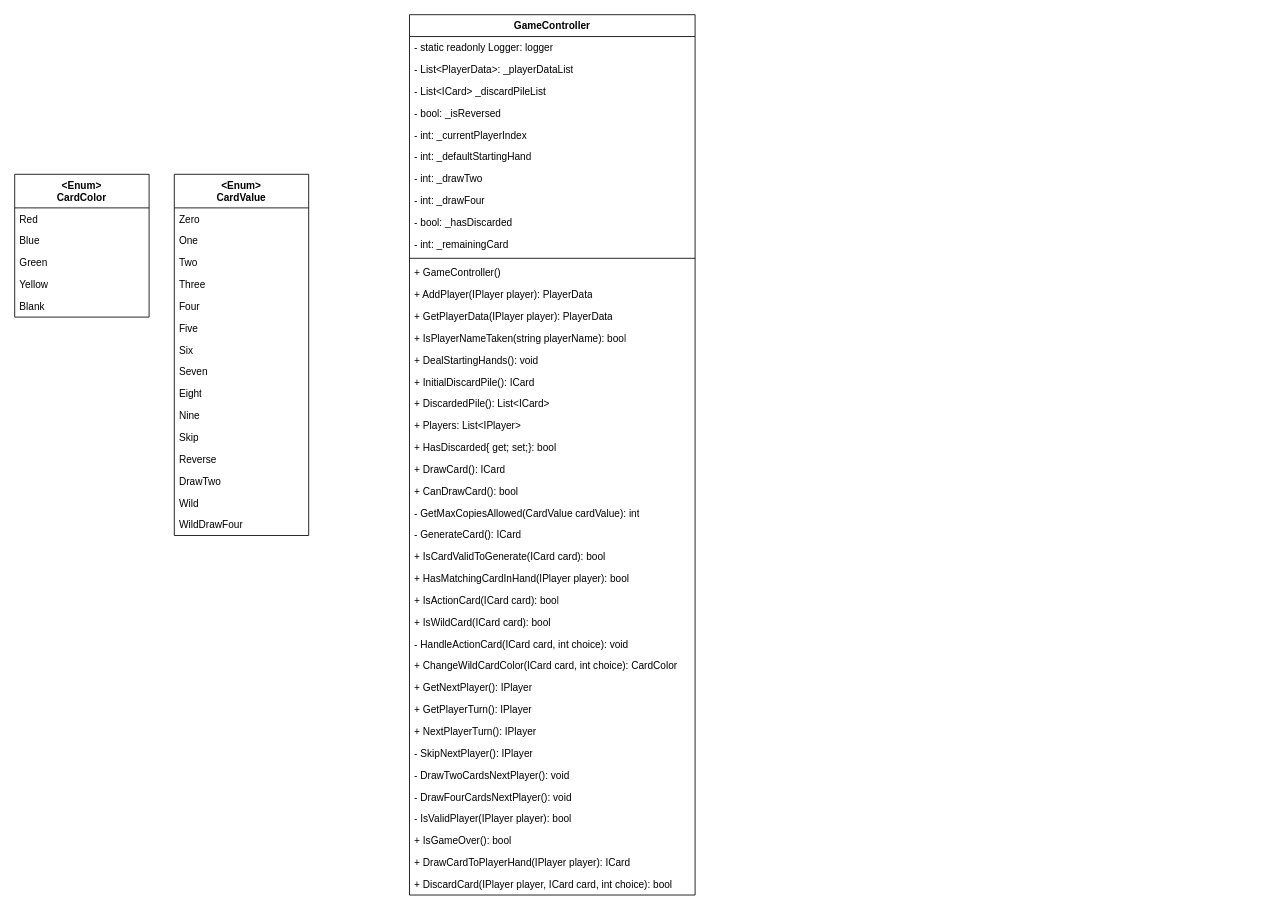
RobbiAdam/MahjongDiagram keeps this draw.io diagram as Untitled Diagram.drawio. Above is the earlier version. Source tidied: cells renumbered, new cells numbered last; positions are measured from the earlier drawing's top-left corner, leaving out a move shared by most shapes. Both pictures are drawn from the tidied source at 84%, with x=0, y=0 at pixel (14, 14).
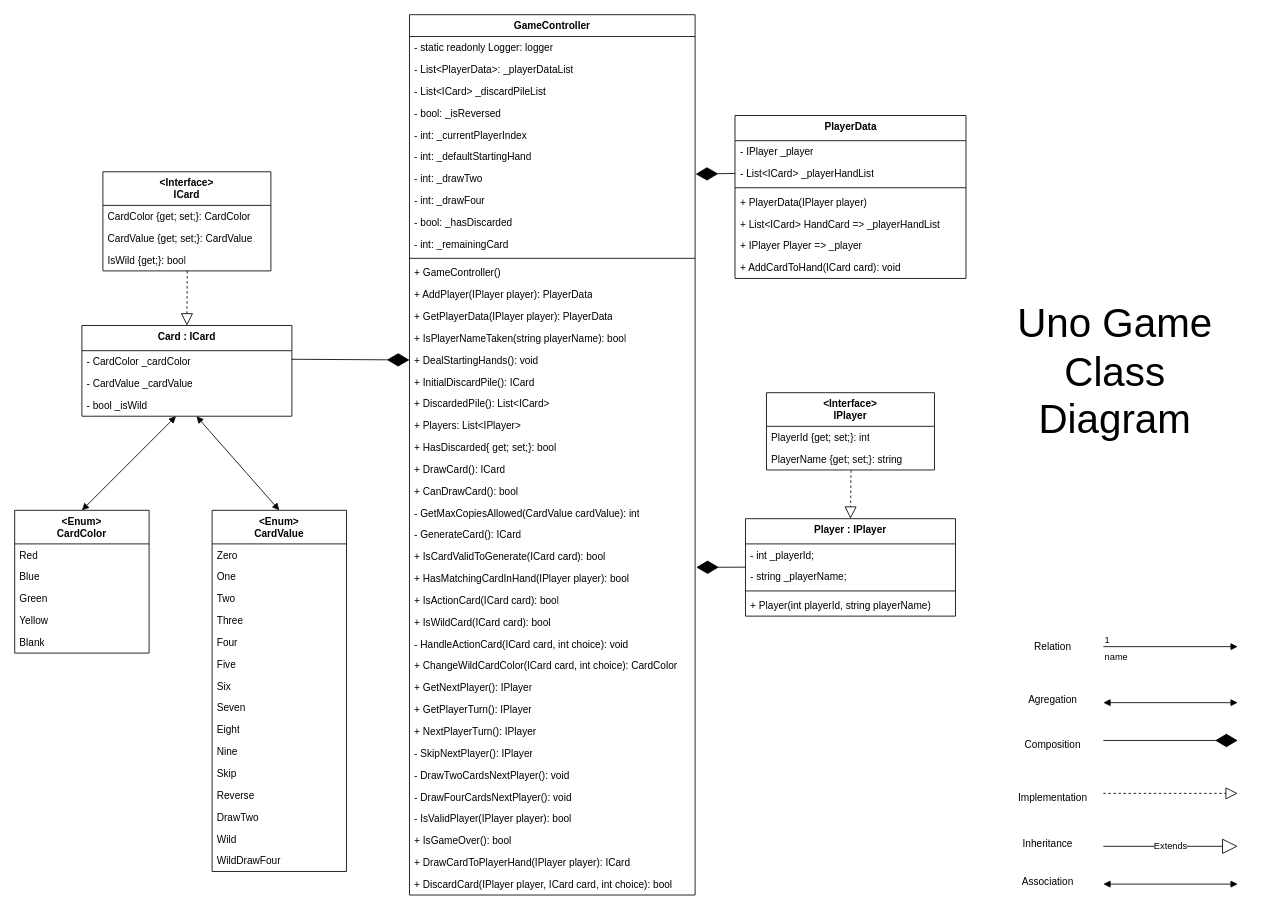
After the change.

The change refers to these unchanged cells:
```xml
<mxCell id="9" value="-&amp;nbsp;int: _drawTwo" style="text;strokeColor=none;fillColor=none;align=left;verticalAlign=top;spacingLeft=4;spacingRight=4;overflow=hidden;points=[[0,0.5],[1,0.5]];portConstraint=eastwest;whiteSpace=wrap;html=1;" parent="2" vertex="1">
  <mxGeometry y="182" width="340" height="26" as="geometry" />
</mxCell>
<mxCell id="18" value="+ DealStartingHands(): void" style="text;strokeColor=none;fillColor=none;align=left;verticalAlign=top;spacingLeft=4;spacingRight=4;overflow=hidden;points=[[0,0.5],[1,0.5]];portConstraint=eastwest;whiteSpace=wrap;html=1;" parent="2" vertex="1">
  <mxGeometry y="398" width="340" height="26" as="geometry" />
</mxCell>
<mxCell id="28" value="+ HasMatchingCardInHand(IPlayer player): bool" style="text;strokeColor=none;fillColor=none;align=left;verticalAlign=top;spacingLeft=4;spacingRight=4;overflow=hidden;points=[[0,0.5],[1,0.5]];portConstraint=eastwest;whiteSpace=wrap;html=1;" parent="2" vertex="1">
  <mxGeometry y="658" width="340" height="26" as="geometry" />
</mxCell>
```

What changed in the source:
```diff
@@
     <mxCell id="43" value="&amp;lt;Enum&amp;gt;&lt;br&gt;CardColor" style="swimlane;fontStyle=1;align=center;verticalAlign=top;horizontal=1;startSize=40;whiteSpace=wrap;html=1;" parent="1" vertex="1">
-      <mxGeometry y="190" width="160" height="170" as="geometry" />
+      <mxGeometry y="590" width="160" height="170" as="geometry" />
     </mxCell>
@@
     <mxCell id="49" value="&amp;lt;Enum&amp;gt;&lt;br&gt;CardValue" style="swimlane;fontStyle=1;align=center;verticalAlign=top;horizontal=1;startSize=40;whiteSpace=wrap;html=1;" parent="1" vertex="1">
-      <mxGeometry x="190" y="190" width="160" height="430" as="geometry" />
+      <mxGeometry x="235" y="590" width="160" height="430" as="geometry" />
     </mxCell>
@@
+    <mxCell id="65" value="&amp;lt;Interface&amp;gt;&lt;br&gt;ICard" style="swimlane;fontStyle=1;align=center;verticalAlign=top;horizontal=1;startSize=40;whiteSpace=wrap;html=1;" parent="1" vertex="1">
+      <mxGeometry x="105" y="187" width="200" height="118" as="geometry" />
+    </mxCell>
+    <mxCell id="66" value="CardColor {get; set;}: CardColor&amp;nbsp;" style="text;strokeColor=none;fillColor=none;align=left;verticalAlign=top;spacingLeft=4;spacingRight=4;overflow=hidden;whiteSpace=wrap;html=1;" parent="65" vertex="1">
+      <mxGeometry y="40" width="200" height="26" as="geometry" />
+    </mxCell>
+    <mxCell id="67" value="CardValue {get; set;}: CardValue&amp;nbsp;" style="text;strokeColor=none;fillColor=none;align=left;verticalAlign=top;spacingLeft=4;spacingRight=4;overflow=hidden;whiteSpace=wrap;html=1;" parent="65" vertex="1">
+      <mxGeometry y="66" width="200" height="26" as="geometry" />
+    </mxCell>
+    <mxCell id="68" value="IsWild {get;}: bool" style="text;strokeColor=none;fillColor=none;align=left;verticalAlign=top;spacingLeft=4;spacingRight=4;overflow=hidden;whiteSpace=wrap;html=1;" parent="65" vertex="1">
+      <mxGeometry y="92" width="200" height="26" as="geometry" />
+    </mxCell>
+    <mxCell id="69" value="&amp;lt;Interface&amp;gt;&lt;br&gt;IPlayer" style="swimlane;fontStyle=1;align=center;verticalAlign=top;horizontal=1;startSize=40;whiteSpace=wrap;html=1;" parent="1" vertex="1">
+      <mxGeometry x="895" y="450" width="200" height="92" as="geometry" />
+    </mxCell>
+    <mxCell id="70" value="PlayerId {get; set;}: int" style="text;strokeColor=none;fillColor=none;align=left;verticalAlign=top;spacingLeft=4;spacingRight=4;overflow=hidden;whiteSpace=wrap;html=1;" parent="69" vertex="1">
+      <mxGeometry y="40" width="200" height="26" as="geometry" />
+    </mxCell>
+    <mxCell id="71" value="PlayerName {get; set;}: string" style="text;strokeColor=none;fillColor=none;align=left;verticalAlign=top;spacingLeft=4;spacingRight=4;overflow=hidden;points=[[0,0.5],[1,0.5]];portConstraint=eastwest;whiteSpace=wrap;html=1;" parent="69" vertex="1">
+      <mxGeometry y="66" width="200" height="26" as="geometry" />
+    </mxCell>
+    <mxCell id="72" value="Player : IPlayer" style="swimlane;fontStyle=1;align=center;verticalAlign=top;horizontal=1;startSize=30;whiteSpace=wrap;html=1;" parent="1" vertex="1">
+      <mxGeometry x="870" y="600" width="250" height="116" as="geometry" />
+    </mxCell>
+    <mxCell id="73" value="- int _playerId;" style="text;strokeColor=none;fillColor=none;align=left;verticalAlign=top;spacingLeft=4;spacingRight=4;overflow=hidden;whiteSpace=wrap;html=1;" parent="72" vertex="1">
+      <mxGeometry y="30" width="250" height="26" as="geometry" />
+    </mxCell>
+    <mxCell id="74" style="endArrow=diamondThin;endFill=1;endSize=24;html=1;rounded=0;entryX=1.004;entryY=-0.004;entryDx=0;entryDy=0;entryPerimeter=0;" parent="72" edge="1" target="28">
+      <mxGeometry relative="1" as="geometry">
+        <mxPoint y="57.7" as="sourcePoint" />
+      </mxGeometry>
+    </mxCell>
+    <mxCell id="75" value="- string _playerName;" style="text;strokeColor=none;fillColor=none;align=left;verticalAlign=top;spacingLeft=4;spacingRight=4;overflow=hidden;whiteSpace=wrap;html=1;" parent="72" vertex="1">
+      <mxGeometry y="56" width="250" height="26" as="geometry" />
+    </mxCell>
+    <mxCell id="76" style="line;strokeWidth=1;fillColor=none;align=left;verticalAlign=middle;spacingTop=-1;spacingLeft=3;spacingRight=3;labelPosition=right;strokeColor=inherit;" parent="72" vertex="1">
+      <mxGeometry y="82" width="250" height="8" as="geometry" />
+    </mxCell>
+    <mxCell id="77" value="+ Player(int playerId, string playerName)" style="text;strokeColor=none;fillColor=none;align=left;verticalAlign=top;spacingLeft=4;spacingRight=4;overflow=hidden;whiteSpace=wrap;html=1;" parent="72" vertex="1">
+      <mxGeometry y="90" width="250" height="26" as="geometry" />
+    </mxCell>
+    <mxCell id="78" value="Card : ICard" style="swimlane;fontStyle=1;align=center;verticalAlign=top;horizontal=1;startSize=30;whiteSpace=wrap;html=1;" parent="1" vertex="1">
+      <mxGeometry x="80" y="370" width="250" height="108" as="geometry" />
+    </mxCell>
+    <mxCell id="79" value="- CardColor _cardColor" style="text;strokeColor=none;fillColor=none;align=left;verticalAlign=top;spacingLeft=4;spacingRight=4;overflow=hidden;points=[[0,0.5],[1,0.5]];portConstraint=eastwest;whiteSpace=wrap;html=1;" parent="78" vertex="1">
+      <mxGeometry y="30" width="250" height="26" as="geometry" />
+    </mxCell>
+    <mxCell id="80" value="- CardValue _cardValue" style="text;strokeColor=none;fillColor=none;align=left;verticalAlign=top;spacingLeft=4;spacingRight=4;overflow=hidden;whiteSpace=wrap;html=1;" parent="78" vertex="1">
+      <mxGeometry y="56" width="250" height="26" as="geometry" />
+    </mxCell>
+    <mxCell id="81" value="- bool _isWild" style="text;strokeColor=none;fillColor=none;align=left;verticalAlign=top;spacingLeft=4;spacingRight=4;overflow=hidden;points=[[0,0.5],[1,0.5]];portConstraint=eastwest;whiteSpace=wrap;html=1;" parent="78" vertex="1">
+      <mxGeometry y="82" width="250" height="26" as="geometry" />
+    </mxCell>
+    <mxCell id="82" value="PlayerData" style="swimlane;fontStyle=1;align=center;verticalAlign=top;horizontal=1;startSize=30;whiteSpace=wrap;html=1;" parent="1" vertex="1">
+      <mxGeometry x="857.5" y="120" width="275" height="194" as="geometry" />
+    </mxCell>
+    <mxCell id="83" value="- IPlayer _player" style="text;strokeColor=none;fillColor=none;align=left;verticalAlign=top;spacingLeft=4;spacingRight=4;overflow=hidden;whiteSpace=wrap;html=1;" parent="82" vertex="1">
+      <mxGeometry y="30" width="275" height="26" as="geometry" />
+    </mxCell>
+    <mxCell id="84" value="- List&amp;lt;ICard&amp;gt; _playerHandList" style="text;strokeColor=none;fillColor=none;align=left;verticalAlign=top;spacingLeft=4;spacingRight=4;overflow=hidden;points=[[0,0.5],[1,0.5]];portConstraint=eastwest;whiteSpace=wrap;html=1;" parent="82" vertex="1">
+      <mxGeometry y="56" width="275" height="26" as="geometry" />
+    </mxCell>
+    <mxCell id="85" style="line;strokeWidth=1;fillColor=none;align=left;verticalAlign=middle;spacingTop=-1;spacingLeft=3;spacingRight=3;labelPosition=right;strokeColor=inherit;" parent="82" vertex="1">
+      <mxGeometry y="82" width="275" height="8" as="geometry" />
+    </mxCell>
+    <mxCell id="86" value="+ PlayerData(IPlayer player)" style="text;strokeColor=none;fillColor=none;align=left;verticalAlign=top;spacingLeft=4;spacingRight=4;overflow=hidden;whiteSpace=wrap;html=1;" parent="82" vertex="1">
+      <mxGeometry y="90" width="275" height="26" as="geometry" />
+    </mxCell>
+    <mxCell id="87" value="+ List&amp;lt;ICard&amp;gt; HandCard =&amp;gt; _playerHandList" style="text;strokeColor=none;fillColor=none;align=left;verticalAlign=top;spacingLeft=4;spacingRight=4;overflow=hidden;whiteSpace=wrap;html=1;" parent="82" vertex="1">
+      <mxGeometry y="116" width="275" height="26" as="geometry" />
+    </mxCell>
+    <mxCell id="88" value="+ IPlayer Player =&amp;gt; _player" style="text;strokeColor=none;fillColor=none;align=left;verticalAlign=top;spacingLeft=4;spacingRight=4;overflow=hidden;whiteSpace=wrap;html=1;" parent="82" vertex="1">
+      <mxGeometry y="142" width="275" height="26" as="geometry" />
+    </mxCell>
+    <mxCell id="89" value="+ AddCardToHand(ICard card): void" style="text;strokeColor=none;fillColor=none;align=left;verticalAlign=top;spacingLeft=4;spacingRight=4;overflow=hidden;whiteSpace=wrap;html=1;" parent="82" vertex="1">
+      <mxGeometry y="168" width="275" height="26" as="geometry" />
+    </mxCell>
+    <mxCell id="90" value="name" style="endArrow=block;endFill=1;html=1;edgeStyle=orthogonalEdgeStyle;align=left;verticalAlign=top;rounded=0;" parent="1" edge="1">
+      <mxGeometry x="-1" relative="1" as="geometry">
+        <mxPoint x="1296" y="752.3" as="sourcePoint" />
+        <mxPoint x="1456" y="752.3" as="targetPoint" />
+      </mxGeometry>
+    </mxCell>
+    <mxCell id="91" value="1" style="edgeLabel;html=1;align=left;verticalAlign=bottom;" parent="90" vertex="1">
+      <mxGeometry x="-1" relative="1" as="geometry" />
+    </mxCell>
+    <mxCell id="92" style="endArrow=block;startArrow=block;endFill=1;startFill=1;html=1;rounded=0;" parent="1" edge="1">
+      <mxGeometry relative="1" as="geometry">
+        <mxPoint x="1296" y="819" as="sourcePoint" />
+        <mxPoint x="1456" y="819" as="targetPoint" />
+      </mxGeometry>
+    </mxCell>
+    <mxCell id="93" value="Relation" style="text;html=1;strokeColor=none;fillColor=none;align=center;verticalAlign=middle;whiteSpace=wrap;rounded=0;" parent="1" vertex="1">
+      <mxGeometry x="1206" y="738" width="60" height="30" as="geometry" />
+    </mxCell>
+    <mxCell id="94" value="Agregation" style="text;html=1;strokeColor=none;fillColor=none;align=center;verticalAlign=middle;whiteSpace=wrap;rounded=0;" parent="1" vertex="1">
+      <mxGeometry x="1206" y="801" width="60" height="30" as="geometry" />
+    </mxCell>
+    <mxCell id="95" style="endArrow=diamondThin;endFill=1;endSize=24;html=1;rounded=0;" parent="1" edge="1">
+      <mxGeometry relative="1" as="geometry">
+        <mxPoint x="1296" y="864" as="sourcePoint" />
+        <mxPoint x="1456" y="864" as="targetPoint" />
+      </mxGeometry>
+    </mxCell>
+    <mxCell id="96" value="Composition" style="text;html=1;strokeColor=none;fillColor=none;align=center;verticalAlign=middle;whiteSpace=wrap;rounded=0;" parent="1" vertex="1">
+      <mxGeometry x="1206" y="855" width="60" height="30" as="geometry" />
+    </mxCell>
+    <mxCell id="97" style="endArrow=block;dashed=1;endFill=0;endSize=12;html=1;rounded=0;" parent="1" edge="1">
+      <mxGeometry relative="1" as="geometry">
+        <mxPoint x="1296" y="927" as="sourcePoint" />
+        <mxPoint x="1456" y="927" as="targetPoint" />
+      </mxGeometry>
+    </mxCell>
+    <mxCell id="98" value="Implementation" style="text;html=1;strokeColor=none;fillColor=none;align=center;verticalAlign=middle;whiteSpace=wrap;rounded=0;" parent="1" vertex="1">
+      <mxGeometry x="1206" y="918" width="60" height="30" as="geometry" />
+    </mxCell>
+    <mxCell id="99" value="Extends" style="endArrow=block;endSize=16;endFill=0;html=1;rounded=0;" parent="1" edge="1">
+      <mxGeometry relative="1" as="geometry">
+        <mxPoint x="1296" y="990" as="sourcePoint" />
+        <mxPoint x="1456" y="990" as="targetPoint" />
+      </mxGeometry>
+    </mxCell>
+    <mxCell id="100" value="Inheritance" style="text;html=1;strokeColor=none;fillColor=none;align=center;verticalAlign=middle;whiteSpace=wrap;rounded=0;" parent="1" vertex="1">
+      <mxGeometry x="1200" y="972" width="60" height="30" as="geometry" />
+    </mxCell>
+    <mxCell id="101" style="endArrow=block;startArrow=block;endFill=1;startFill=1;html=1;rounded=0;" parent="1" edge="1">
+      <mxGeometry relative="1" as="geometry">
+        <mxPoint x="1296" y="1035" as="sourcePoint" />
+        <mxPoint x="1456" y="1035" as="targetPoint" />
+      </mxGeometry>
+    </mxCell>
+    <mxCell id="102" value="Association" style="text;html=1;strokeColor=none;fillColor=none;align=center;verticalAlign=middle;whiteSpace=wrap;rounded=0;" parent="1" vertex="1">
+      <mxGeometry x="1200" y="1018" width="60" height="30" as="geometry" />
+    </mxCell>
+    <mxCell id="103" style="endArrow=block;dashed=1;endFill=0;endSize=12;html=1;rounded=0;entryX=0.5;entryY=0;entryDx=0;entryDy=0;exitX=0.503;exitY=1.015;exitDx=0;exitDy=0;exitPerimeter=0;" parent="1" edge="1" source="71" target="72">
+      <mxGeometry relative="1" as="geometry" />
+    </mxCell>
+    <mxCell id="104" style="endArrow=diamondThin;endFill=1;endSize=24;html=1;rounded=0;exitX=0;exitY=0.5;exitDx=0;exitDy=0;entryX=1.002;entryY=0.298;entryDx=0;entryDy=0;entryPerimeter=0;" parent="1" edge="1" source="84" target="9">
+      <mxGeometry relative="1" as="geometry" />
+    </mxCell>
+    <mxCell id="105" style="endArrow=block;startArrow=block;endFill=1;startFill=1;html=1;rounded=0;exitX=0.5;exitY=0;exitDx=0;exitDy=0;" parent="1" edge="1" source="43" target="81">
+      <mxGeometry relative="1" as="geometry" />
+    </mxCell>
+    <mxCell id="106" style="endArrow=block;startArrow=block;endFill=1;startFill=1;html=1;rounded=0;exitX=0.5;exitY=0;exitDx=0;exitDy=0;" parent="1" edge="1" source="49" target="81">
+      <mxGeometry relative="1" as="geometry" />
+    </mxCell>
+    <mxCell id="107" style="endArrow=block;dashed=1;endFill=0;endSize=12;html=1;rounded=0;entryX=0.5;entryY=0;entryDx=0;entryDy=0;exitX=0.503;exitY=1.015;exitDx=0;exitDy=0;exitPerimeter=0;" parent="1" edge="1" target="78">
+      <mxGeometry relative="1" as="geometry">
+        <mxPoint x="205.4" y="305" as="sourcePoint" />
+      </mxGeometry>
+    </mxCell>
+    <mxCell id="108" style="endArrow=diamondThin;endFill=1;endSize=24;html=1;rounded=0;entryX=0;entryY=0.5;entryDx=0;entryDy=0;exitX=0.999;exitY=0.392;exitDx=0;exitDy=0;exitPerimeter=0;" parent="1" edge="1" source="79" target="18">
+      <mxGeometry relative="1" as="geometry" />
+    </mxCell>
+    <mxCell id="109" value="&lt;font style=&quot;font-size: 48px;&quot;&gt;Uno Game Class Diagram&lt;/font&gt;" style="text;strokeColor=none;fillColor=none;align=center;verticalAlign=top;spacingLeft=4;spacingRight=4;overflow=hidden;whiteSpace=wrap;html=1;" parent="1" vertex="1">
+      <mxGeometry x="1150" y="332" width="320" height="210" as="geometry" />
+    </mxCell>
```
